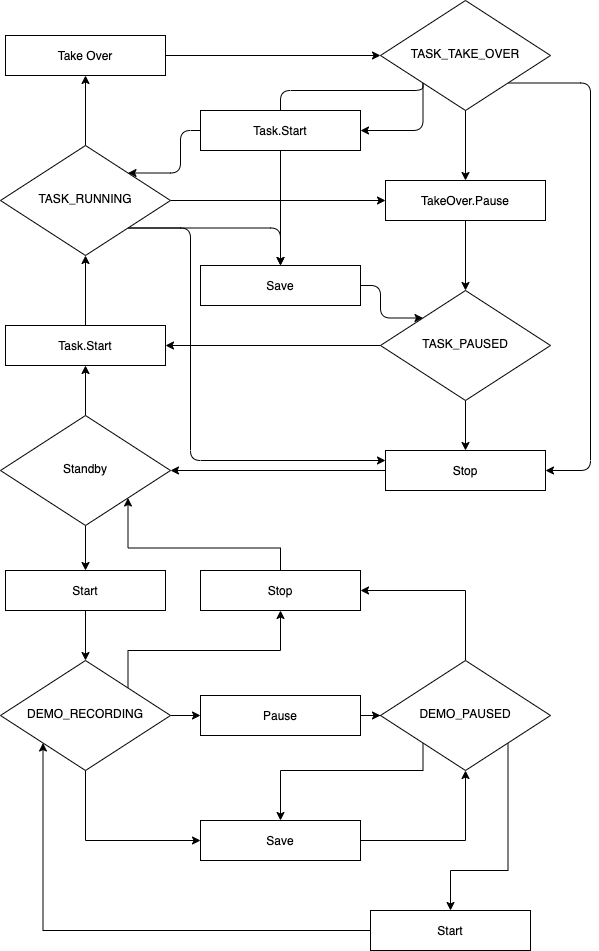
The draw.io diagram etc/design/supervisor_GUI_state_diagram.png in ruke1ire/mobile-robot-hl, before a commit. Source tidied: cells renumbered, new cells last; positions are measured from the earlier drawing's top-left corner, leaving out a move shared by most shapes.
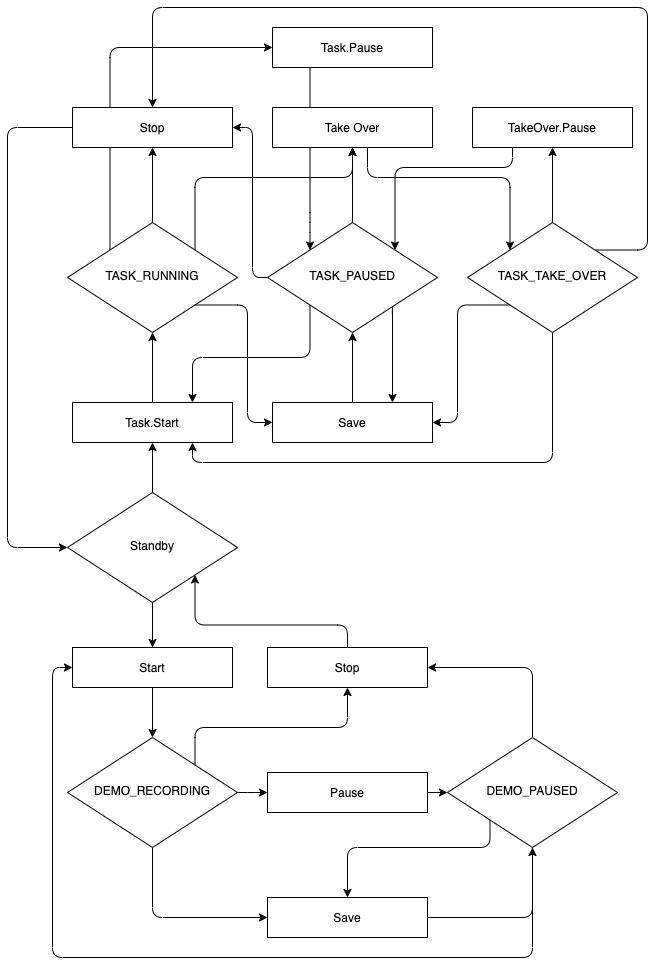
Above is the later version.

Commit message:
updated supervisor gui state diagram

Diff of the diagram source:
```diff
@@ -2,7 +2,7 @@
   <root>
     <mxCell id="0" />
     <mxCell id="1" parent="0" />
-    <mxCell id="2" style="edgeStyle=orthogonalEdgeStyle;jettySize=auto;html=1;exitX=0.5;exitY=0;exitDx=0;exitDy=0;entryX=0.5;entryY=1;entryDx=0;entryDy=0;" parent="1" edge="1" source="3" target="11">
+    <mxCell id="2" style="edgeStyle=orthogonalEdgeStyle;jettySize=auto;html=1;entryX=0.5;entryY=1;entryDx=0;entryDy=0;" parent="1" edge="1" source="3" target="11">
       <mxGeometry relative="1" as="geometry" />
     </mxCell>
     <mxCell id="3" value="Task.Start" style="whiteSpace=wrap;html=1;fontSize=12;glass=0;strokeWidth=1;shadow=0;" parent="1" vertex="1">
@@ -11,112 +11,144 @@
     <mxCell id="4" style="edgeStyle=orthogonalEdgeStyle;jettySize=auto;html=1;entryX=0.5;entryY=1;entryDx=0;entryDy=0;" parent="1" edge="1" source="6" target="3">
       <mxGeometry relative="1" as="geometry" />
     </mxCell>
-    <mxCell id="5" style="edgeStyle=orthogonalEdgeStyle;rounded=0;jettySize=auto;html=1;entryX=0.5;entryY=0;entryDx=0;entryDy=0;" parent="1" edge="1" source="6" target="39">
+    <mxCell id="5" style="edgeStyle=orthogonalEdgeStyle;jettySize=auto;html=1;entryX=0.5;entryY=0;entryDx=0;entryDy=0;" parent="1" edge="1" source="6" target="39">
       <mxGeometry relative="1" as="geometry" />
     </mxCell>
     <mxCell id="6" value="Standby" style="rhombus;whiteSpace=wrap;html=1;shadow=0;fontFamily=Helvetica;fontSize=12;align=center;strokeWidth=1;spacing=6;spacingTop=-4;" parent="1" vertex="1">
       <mxGeometry y="415" width="170" height="110" as="geometry" />
     </mxCell>
-    <mxCell id="7" style="edgeStyle=orthogonalEdgeStyle;jettySize=auto;html=1;" parent="1" edge="1" source="11" target="21">
-      <mxGeometry relative="1" as="geometry" />
-    </mxCell>
+    <mxCell id="9" style="edgeStyle=orthogonalEdgeStyle;jettySize=auto;html=1;entryX=0.5;entryY=1;entryDx=0;entryDy=0;" parent="1" edge="1" source="11" target="27">
+      <mxGeometry relative="1" as="geometry" />
+    </mxCell>
-    <mxCell id="8" style="edgeStyle=orthogonalEdgeStyle;jettySize=auto;html=1;entryX=0.5;entryY=1;entryDx=0;entryDy=0;" parent="1" edge="1" source="11" target="23">
-      <mxGeometry relative="1" as="geometry" />
+    <mxCell id="8" style="edgeStyle=orthogonalEdgeStyle;jettySize=auto;html=1;exitX=1;exitY=0;exitDx=0;exitDy=0;" parent="1" edge="1" source="11" target="23">
+      <mxGeometry relative="1" as="geometry">
+        <Array as="points">
+          <mxPoint x="128" y="100" />
+          <mxPoint x="285" y="100" />
+        </Array>
+      </mxGeometry>
     </mxCell>
-    <mxCell id="9" style="edgeStyle=orthogonalEdgeStyle;jettySize=auto;html=1;exitX=1;exitY=1;exitDx=0;exitDy=0;entryX=0;entryY=0.25;entryDx=0;entryDy=0;" parent="1" edge="1" source="11" target="27">
-      <mxGeometry relative="1" as="geometry">
-        <Array as="points">
-          <mxPoint x="190" y="228" />
-          <mxPoint x="190" y="460" />
-        </Array>
-      </mxGeometry>
-    </mxCell>
-    <mxCell id="10" style="edgeStyle=orthogonalEdgeStyle;jettySize=auto;html=1;exitX=1;exitY=1;exitDx=0;exitDy=0;entryX=0.5;entryY=0;entryDx=0;entryDy=0;" parent="1" edge="1" source="11" target="25">
-      <mxGeometry relative="1" as="geometry" />
+    <mxCell id="10" style="edgeStyle=orthogonalEdgeStyle;jettySize=auto;html=1;exitX=1;exitY=1;exitDx=0;exitDy=0;entryX=0;entryY=0.5;entryDx=0;entryDy=0;" parent="1" edge="1" source="11" target="25">
+      <mxGeometry relative="1" as="geometry">
+        <Array as="points">
+          <mxPoint x="180" y="228" />
+          <mxPoint x="180" y="345" />
+        </Array>
+      </mxGeometry>
     </mxCell>
+    <mxCell id="48" style="edgeStyle=orthogonalEdgeStyle;jettySize=auto;html=1;exitX=0;exitY=0;exitDx=0;exitDy=0;entryX=0;entryY=0.5;entryDx=0;entryDy=0;" parent="1" edge="1" source="11" target="54">
+      <mxGeometry relative="1" as="geometry">
+        <Array as="points">
+          <mxPoint x="43" y="-30" />
+        </Array>
+      </mxGeometry>
+    </mxCell>
     <mxCell id="11" value="TASK_RUNNING" style="rhombus;whiteSpace=wrap;html=1;shadow=0;fontFamily=Helvetica;fontSize=12;align=center;strokeWidth=1;spacing=6;spacingTop=-4;" parent="1" vertex="1">
       <mxGeometry y="145" width="170" height="110" as="geometry" />
     </mxCell>
-    <mxCell id="12" style="edgeStyle=orthogonalEdgeStyle;jettySize=auto;html=1;exitX=0.5;exitY=1;exitDx=0;exitDy=0;" parent="1" edge="1" source="16" target="21">
+    <mxCell id="12" style="edgeStyle=orthogonalEdgeStyle;jettySize=auto;html=1;entryX=0.5;entryY=1;entryDx=0;entryDy=0;" parent="1" edge="1" source="16" target="21">
       <mxGeometry relative="1" as="geometry" />
     </mxCell>
+    <mxCell id="14" style="edgeStyle=orthogonalEdgeStyle;jettySize=auto;html=1;exitX=0;exitY=1;exitDx=0;exitDy=0;entryX=1;entryY=0.5;entryDx=0;entryDy=0;" parent="1" edge="1" source="16" target="25">
+      <mxGeometry relative="1" as="geometry">
+        <Array as="points">
+          <mxPoint x="390" y="228" />
+          <mxPoint x="390" y="345" />
+        </Array>
+      </mxGeometry>
+    </mxCell>
+    <mxCell id="49" style="edgeStyle=orthogonalEdgeStyle;jettySize=auto;html=1;entryX=0.75;entryY=1;entryDx=0;entryDy=0;" parent="1" edge="1" source="16" target="3">
+      <mxGeometry relative="1" as="geometry">
+        <Array as="points">
+          <mxPoint x="485" y="385" />
+          <mxPoint x="125" y="385" />
+        </Array>
+      </mxGeometry>
+    </mxCell>
-    <mxCell id="13" style="edgeStyle=orthogonalEdgeStyle;jettySize=auto;html=1;exitX=1;exitY=1;exitDx=0;exitDy=0;entryX=1;entryY=0.5;entryDx=0;entryDy=0;" parent="1" edge="1" source="16" target="27">
+    <mxCell id="13" style="edgeStyle=orthogonalEdgeStyle;jettySize=auto;html=1;exitX=1;exitY=0;exitDx=0;exitDy=0;entryX=0.5;entryY=0;entryDx=0;entryDy=0;" parent="1" edge="1" source="16" target="27">
       <mxGeometry relative="1" as="geometry">
         <Array as="points">
-          <mxPoint x="590" y="83" />
-          <mxPoint x="590" y="470" />
+          <mxPoint x="580" y="173" />
+          <mxPoint x="580" y="-70" />
+          <mxPoint x="85" y="-70" />
         </Array>
       </mxGeometry>
     </mxCell>
-    <mxCell id="14" style="edgeStyle=orthogonalEdgeStyle;jettySize=auto;html=1;exitX=0;exitY=1;exitDx=0;exitDy=0;entryX=0.5;entryY=0;entryDx=0;entryDy=0;" parent="1" edge="1" source="16" target="25">
-      <mxGeometry relative="1" as="geometry">
-        <Array as="points">
-          <mxPoint x="423" y="90" />
-          <mxPoint x="280" y="90" />
-        </Array>
-      </mxGeometry>
-    </mxCell>
-    <mxCell id="15" style="edgeStyle=orthogonalEdgeStyle;jettySize=auto;html=1;exitX=0;exitY=1;exitDx=0;exitDy=0;entryX=1;entryY=0.5;entryDx=0;entryDy=0;" parent="1" edge="1" source="16" target="29">
-      <mxGeometry relative="1" as="geometry">
-        <Array as="points">
-          <mxPoint x="423" y="130" />
-        </Array>
-      </mxGeometry>
-    </mxCell>
     <mxCell id="16" value="TASK_TAKE_OVER" style="rhombus;whiteSpace=wrap;html=1;shadow=0;fontFamily=Helvetica;fontSize=12;align=center;strokeWidth=1;spacing=6;spacingTop=-4;" parent="1" vertex="1">
-      <mxGeometry x="380" width="170" height="110" as="geometry" />
+      <mxGeometry x="400" y="145" width="170" height="110" as="geometry" />
     </mxCell>
+    <mxCell id="18" style="edgeStyle=orthogonalEdgeStyle;jettySize=auto;html=1;exitX=0;exitY=1;exitDx=0;exitDy=0;entryX=0.75;entryY=0;entryDx=0;entryDy=0;" parent="1" edge="1" source="19" target="3">
+      <mxGeometry relative="1" as="geometry">
+        <Array as="points">
+          <mxPoint x="243" y="280" />
+          <mxPoint x="125" y="280" />
+        </Array>
+      </mxGeometry>
+    </mxCell>
-    <mxCell id="17" style="edgeStyle=orthogonalEdgeStyle;jettySize=auto;html=1;" parent="1" edge="1" source="19" target="27">
-      <mxGeometry relative="1" as="geometry" />
+    <mxCell id="17" style="edgeStyle=orthogonalEdgeStyle;jettySize=auto;html=1;exitX=0;exitY=0.5;exitDx=0;exitDy=0;entryX=1;entryY=0.5;entryDx=0;entryDy=0;" parent="1" edge="1" source="19" target="27">
+      <mxGeometry relative="1" as="geometry">
+        <Array as="points">
+          <mxPoint x="185" y="200" />
+          <mxPoint x="185" y="50" />
+        </Array>
+      </mxGeometry>
     </mxCell>
-    <mxCell id="18" style="edgeStyle=orthogonalEdgeStyle;rounded=0;jettySize=auto;html=1;entryX=1;entryY=0.5;entryDx=0;entryDy=0;" parent="1" edge="1" source="19" target="3">
-      <mxGeometry relative="1" as="geometry" />
-    </mxCell>
+    <mxCell id="50" style="edgeStyle=orthogonalEdgeStyle;jettySize=auto;html=1;exitX=1;exitY=1;exitDx=0;exitDy=0;entryX=0.75;entryY=0;entryDx=0;entryDy=0;" parent="1" edge="1" source="19" target="25">
+      <mxGeometry relative="1" as="geometry">
+        <Array as="points">
+          <mxPoint x="325" y="228" />
+        </Array>
+      </mxGeometry>
+    </mxCell>
+    <mxCell id="51" style="edgeStyle=orthogonalEdgeStyle;jettySize=auto;html=1;exitX=0.5;exitY=0;exitDx=0;exitDy=0;entryX=0.5;entryY=1;entryDx=0;entryDy=0;" parent="1" edge="1" source="19" target="23">
+      <mxGeometry relative="1" as="geometry" />
+    </mxCell>
     <mxCell id="19" value="TASK_PAUSED" style="rhombus;whiteSpace=wrap;html=1;shadow=0;fontFamily=Helvetica;fontSize=12;align=center;strokeWidth=1;spacing=6;spacingTop=-4;" parent="1" vertex="1">
-      <mxGeometry x="380" y="290" width="170" height="110" as="geometry" />
+      <mxGeometry x="200" y="145" width="170" height="110" as="geometry" />
     </mxCell>
-    <mxCell id="20" style="edgeStyle=orthogonalEdgeStyle;jettySize=auto;html=1;exitX=0.5;exitY=1;exitDx=0;exitDy=0;entryX=0.5;entryY=0;entryDx=0;entryDy=0;" parent="1" edge="1" source="21" target="19">
-      <mxGeometry relative="1" as="geometry" />
+    <mxCell id="20" style="edgeStyle=orthogonalEdgeStyle;jettySize=auto;html=1;exitX=0.25;exitY=1;exitDx=0;exitDy=0;entryX=1;entryY=0;entryDx=0;entryDy=0;" parent="1" edge="1" source="21" target="19">
+      <mxGeometry relative="1" as="geometry">
+        <Array as="points">
+          <mxPoint x="445" y="90" />
+          <mxPoint x="328" y="90" />
+        </Array>
+      </mxGeometry>
     </mxCell>
     <mxCell id="21" value="TakeOver.Pause" style="whiteSpace=wrap;html=1;fontSize=12;glass=0;strokeWidth=1;shadow=0;" parent="1" vertex="1">
-      <mxGeometry x="385" y="180" width="160" height="40" as="geometry" />
+      <mxGeometry x="405" y="30" width="160" height="40" as="geometry" />
     </mxCell>
-    <mxCell id="22" style="edgeStyle=orthogonalEdgeStyle;jettySize=auto;html=1;entryX=0;entryY=0.5;entryDx=0;entryDy=0;" parent="1" edge="1" source="23" target="16">
-      <mxGeometry relative="1" as="geometry" />
+    <mxCell id="22" style="edgeStyle=orthogonalEdgeStyle;jettySize=auto;html=1;entryX=0;entryY=0;entryDx=0;entryDy=0;" parent="1" edge="1" source="23" target="16">
+      <mxGeometry relative="1" as="geometry">
+        <Array as="points">
+          <mxPoint x="300" y="100" />
+          <mxPoint x="443" y="100" />
+        </Array>
+      </mxGeometry>
     </mxCell>
-    <mxCell id="23" value="Take Over" style="whiteSpace=wrap;html=1;fontSize=12;glass=0;strokeWidth=1;shadow=0;" parent="1" vertex="1">
-      <mxGeometry x="5" y="35" width="160" height="40" as="geometry" />
-    </mxCell>
-    <mxCell id="24" style="edgeStyle=orthogonalEdgeStyle;jettySize=auto;html=1;entryX=0;entryY=0;entryDx=0;entryDy=0;" parent="1" edge="1" source="25" target="19">
+    <mxCell id="24" style="edgeStyle=orthogonalEdgeStyle;jettySize=auto;html=1;exitX=0.5;exitY=0;exitDx=0;exitDy=0;entryX=0.5;entryY=1;entryDx=0;entryDy=0;" parent="1" edge="1" source="25" target="19">
       <mxGeometry relative="1" as="geometry" />
     </mxCell>
     <mxCell id="25" value="Save" style="whiteSpace=wrap;html=1;fontSize=12;glass=0;strokeWidth=1;shadow=0;" parent="1" vertex="1">
-      <mxGeometry x="200" y="265" width="160" height="40" as="geometry" />
+      <mxGeometry x="205" y="325" width="160" height="40" as="geometry" />
     </mxCell>
-    <mxCell id="26" style="edgeStyle=orthogonalEdgeStyle;jettySize=auto;html=1;entryX=1;entryY=0.5;entryDx=0;entryDy=0;" parent="1" edge="1" source="27" target="6">
-      <mxGeometry relative="1" as="geometry" />
+    <mxCell id="26" style="edgeStyle=orthogonalEdgeStyle;jettySize=auto;html=1;entryX=0;entryY=0.5;entryDx=0;entryDy=0;" parent="1" edge="1" source="27" target="6">
+      <mxGeometry relative="1" as="geometry">
+        <Array as="points">
+          <mxPoint x="-60" y="50" />
+          <mxPoint x="-60" y="470" />
+        </Array>
+      </mxGeometry>
     </mxCell>
     <mxCell id="27" value="Stop" style="whiteSpace=wrap;html=1;fontSize=12;glass=0;strokeWidth=1;shadow=0;" parent="1" vertex="1">
-      <mxGeometry x="385" y="450" width="160" height="40" as="geometry" />
+      <mxGeometry x="5" y="30" width="160" height="40" as="geometry" />
     </mxCell>
-    <mxCell id="28" style="edgeStyle=orthogonalEdgeStyle;jettySize=auto;html=1;entryX=1;entryY=0;entryDx=0;entryDy=0;" parent="1" edge="1" source="29" target="11">
-      <mxGeometry relative="1" as="geometry">
-        <Array as="points">
-          <mxPoint x="180" y="130" />
-          <mxPoint x="180" y="173" />
-        </Array>
-      </mxGeometry>
-    </mxCell>
-    <mxCell id="29" value="Task.Start" style="whiteSpace=wrap;html=1;fontSize=12;glass=0;strokeWidth=1;shadow=0;" parent="1" vertex="1">
-      <mxGeometry x="200" y="110" width="160" height="40" as="geometry" />
-    </mxCell>
-    <mxCell id="30" style="edgeStyle=orthogonalEdgeStyle;rounded=0;jettySize=auto;html=1;entryX=0;entryY=0.5;entryDx=0;entryDy=0;" parent="1" edge="1" source="33" target="41">
+    <mxCell id="30" style="edgeStyle=orthogonalEdgeStyle;jettySize=auto;html=1;entryX=0;entryY=0.5;entryDx=0;entryDy=0;" parent="1" edge="1" source="33" target="41">
       <mxGeometry relative="1" as="geometry" />
     </mxCell>
-    <mxCell id="31" style="edgeStyle=orthogonalEdgeStyle;rounded=0;jettySize=auto;html=1;exitX=0.5;exitY=1;exitDx=0;exitDy=0;entryX=0;entryY=0.5;entryDx=0;entryDy=0;" parent="1" edge="1" source="33" target="43">
+    <mxCell id="31" style="edgeStyle=orthogonalEdgeStyle;jettySize=auto;html=1;exitX=0.5;exitY=1;exitDx=0;exitDy=0;entryX=0;entryY=0.5;entryDx=0;entryDy=0;" parent="1" edge="1" source="33" target="43">
       <mxGeometry relative="1" as="geometry" />
     </mxCell>
-    <mxCell id="32" style="edgeStyle=orthogonalEdgeStyle;rounded=0;jettySize=auto;html=1;exitX=1;exitY=0;exitDx=0;exitDy=0;entryX=0.5;entryY=1;entryDx=0;entryDy=0;" parent="1" edge="1" source="33" target="45">
+    <mxCell id="32" style="edgeStyle=orthogonalEdgeStyle;jettySize=auto;html=1;exitX=1;exitY=0;exitDx=0;exitDy=0;entryX=0.5;entryY=1;entryDx=0;entryDy=0;" parent="1" edge="1" source="33" target="45">
       <mxGeometry relative="1" as="geometry">
         <Array as="points">
           <mxPoint x="128" y="650" />
@@ -127,10 +159,10 @@
     <mxCell id="33" value="DEMO_RECORDING" style="rhombus;whiteSpace=wrap;html=1;shadow=0;fontFamily=Helvetica;fontSize=12;align=center;strokeWidth=1;spacing=6;spacingTop=-4;" parent="1" vertex="1">
       <mxGeometry y="660" width="170" height="110" as="geometry" />
     </mxCell>
-    <mxCell id="34" style="edgeStyle=orthogonalEdgeStyle;rounded=0;jettySize=auto;html=1;exitX=0.5;exitY=0;exitDx=0;exitDy=0;entryX=1;entryY=0.5;entryDx=0;entryDy=0;" parent="1" edge="1" source="37" target="45">
+    <mxCell id="34" style="edgeStyle=orthogonalEdgeStyle;jettySize=auto;html=1;exitX=0.5;exitY=0;exitDx=0;exitDy=0;entryX=1;entryY=0.5;entryDx=0;entryDy=0;" parent="1" edge="1" source="37" target="45">
       <mxGeometry relative="1" as="geometry" />
     </mxCell>
-    <mxCell id="35" style="edgeStyle=orthogonalEdgeStyle;rounded=0;jettySize=auto;html=1;exitX=0;exitY=1;exitDx=0;exitDy=0;entryX=0.5;entryY=0;entryDx=0;entryDy=0;" parent="1" edge="1" source="37" target="43">
+    <mxCell id="35" style="edgeStyle=orthogonalEdgeStyle;jettySize=auto;html=1;exitX=0;exitY=1;exitDx=0;exitDy=0;entryX=0.5;entryY=0;entryDx=0;entryDy=0;" parent="1" edge="1" source="37" target="43">
       <mxGeometry relative="1" as="geometry">
         <Array as="points">
           <mxPoint x="423" y="770" />
@@ -138,46 +170,54 @@
         </Array>
       </mxGeometry>
     </mxCell>
-    <mxCell id="36" style="edgeStyle=orthogonalEdgeStyle;rounded=0;jettySize=auto;html=1;exitX=1;exitY=1;exitDx=0;exitDy=0;entryX=0.5;entryY=0;entryDx=0;entryDy=0;" parent="1" edge="1" source="37" target="47">
-      <mxGeometry relative="1" as="geometry">
-        <Array as="points">
-          <mxPoint x="508" y="870" />
-          <mxPoint x="450" y="870" />
-        </Array>
-      </mxGeometry>
-    </mxCell>
+    <mxCell id="52" style="edgeStyle=orthogonalEdgeStyle;jettySize=auto;html=1;entryX=0;entryY=0.5;entryDx=0;entryDy=0;" parent="1" edge="1" source="37" target="39">
+      <mxGeometry relative="1" as="geometry">
+        <Array as="points">
+          <mxPoint x="465" y="880" />
+          <mxPoint x="-15" y="880" />
+          <mxPoint x="-15" y="590" />
+        </Array>
+      </mxGeometry>
+    </mxCell>
     <mxCell id="37" value="DEMO_PAUSED" style="rhombus;whiteSpace=wrap;html=1;shadow=0;fontFamily=Helvetica;fontSize=12;align=center;strokeWidth=1;spacing=6;spacingTop=-4;" parent="1" vertex="1">
       <mxGeometry x="380" y="660" width="170" height="110" as="geometry" />
     </mxCell>
-    <mxCell id="38" style="edgeStyle=orthogonalEdgeStyle;rounded=0;jettySize=auto;html=1;entryX=0.5;entryY=0;entryDx=0;entryDy=0;" parent="1" edge="1" source="39" target="33">
+    <mxCell id="38" style="edgeStyle=orthogonalEdgeStyle;jettySize=auto;html=1;entryX=0.5;entryY=0;entryDx=0;entryDy=0;" parent="1" edge="1" source="39" target="33">
       <mxGeometry relative="1" as="geometry" />
     </mxCell>
     <mxCell id="39" value="Start" style="whiteSpace=wrap;html=1;fontSize=12;glass=0;strokeWidth=1;shadow=0;" parent="1" vertex="1">
       <mxGeometry x="5" y="570" width="160" height="40" as="geometry" />
     </mxCell>
-    <mxCell id="40" style="edgeStyle=orthogonalEdgeStyle;rounded=0;jettySize=auto;html=1;" parent="1" edge="1" source="41" target="37">
+    <mxCell id="40" style="edgeStyle=orthogonalEdgeStyle;jettySize=auto;html=1;" parent="1" edge="1" source="41" target="37">
       <mxGeometry relative="1" as="geometry" />
     </mxCell>
     <mxCell id="41" value="Pause" style="whiteSpace=wrap;html=1;fontSize=12;glass=0;strokeWidth=1;shadow=0;" parent="1" vertex="1">
       <mxGeometry x="200" y="695" width="160" height="40" as="geometry" />
     </mxCell>
-    <mxCell id="42" style="edgeStyle=orthogonalEdgeStyle;rounded=0;jettySize=auto;html=1;exitX=1;exitY=0.5;exitDx=0;exitDy=0;entryX=0.5;entryY=1;entryDx=0;entryDy=0;" parent="1" edge="1" source="43" target="37">
+    <mxCell id="42" style="edgeStyle=orthogonalEdgeStyle;jettySize=auto;html=1;exitX=1;exitY=0.5;exitDx=0;exitDy=0;entryX=0.5;entryY=1;entryDx=0;entryDy=0;" parent="1" edge="1" source="43" target="37">
       <mxGeometry relative="1" as="geometry" />
     </mxCell>
     <mxCell id="43" value="Save" style="whiteSpace=wrap;html=1;fontSize=12;glass=0;strokeWidth=1;shadow=0;" parent="1" vertex="1">
       <mxGeometry x="200" y="820" width="160" height="40" as="geometry" />
     </mxCell>
-    <mxCell id="44" style="edgeStyle=orthogonalEdgeStyle;rounded=0;jettySize=auto;html=1;exitX=0.5;exitY=0;exitDx=0;exitDy=0;entryX=1;entryY=1;entryDx=0;entryDy=0;" parent="1" edge="1" source="45" target="6">
+    <mxCell id="44" style="edgeStyle=orthogonalEdgeStyle;jettySize=auto;html=1;exitX=0.5;exitY=0;exitDx=0;exitDy=0;entryX=1;entryY=1;entryDx=0;entryDy=0;" parent="1" edge="1" source="45" target="6">
       <mxGeometry relative="1" as="geometry" />
     </mxCell>
     <mxCell id="45" value="Stop" style="whiteSpace=wrap;html=1;fontSize=12;glass=0;strokeWidth=1;shadow=0;" parent="1" vertex="1">
       <mxGeometry x="200" y="570" width="160" height="40" as="geometry" />
     </mxCell>
-    <mxCell id="46" style="edgeStyle=orthogonalEdgeStyle;rounded=0;jettySize=auto;html=1;exitX=0;exitY=0.5;exitDx=0;exitDy=0;entryX=0;entryY=1;entryDx=0;entryDy=0;" parent="1" edge="1" source="47" target="33">
-      <mxGeometry relative="1" as="geometry" />
-    </mxCell>
-    <mxCell id="47" value="Start" style="whiteSpace=wrap;html=1;fontSize=12;glass=0;strokeWidth=1;shadow=0;" parent="1" vertex="1">
-      <mxGeometry x="370" y="910" width="160" height="40" as="geometry" />
-    </mxCell>
+    <mxCell id="53" style="edgeStyle=orthogonalEdgeStyle;jettySize=auto;html=1;entryX=0;entryY=0;entryDx=0;entryDy=0;" parent="1" edge="1" source="54" target="19">
+      <mxGeometry relative="1" as="geometry">
+        <Array as="points">
+          <mxPoint x="243" y="145" />
+        </Array>
+      </mxGeometry>
+    </mxCell>
+    <mxCell id="54" value="Task.Pause" style="whiteSpace=wrap;html=1;fontSize=12;glass=0;strokeWidth=1;shadow=0;" parent="1" vertex="1">
+      <mxGeometry x="205" y="-50" width="160" height="40" as="geometry" />
+    </mxCell>
+    <mxCell id="23" value="Take Over" style="whiteSpace=wrap;html=1;fontSize=12;glass=0;strokeWidth=1;shadow=0;" parent="1" vertex="1">
+      <mxGeometry x="205" y="30" width="160" height="40" as="geometry" />
+    </mxCell>
   </root>
 </mxGraphModel>
```
